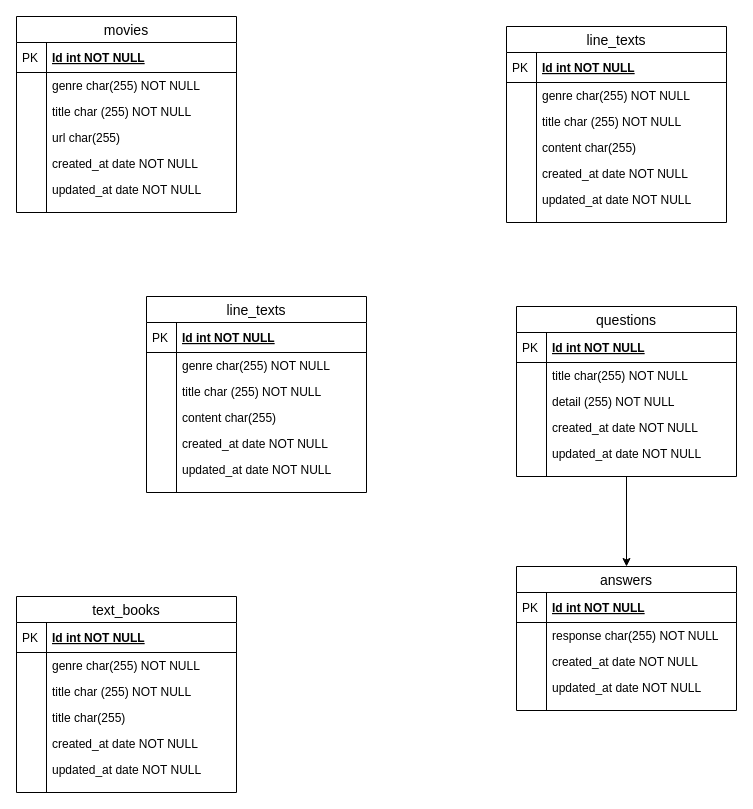
The draw.io diagram gyakuten_clone_app.drawio in T-Tsujii/gyakuten_clone_group29, before the edit. Source tidied: cells renumbered, new cells numbered last; positions are measured from the earlier drawing's top-left corner, leaving out a move shared by most shapes. Both pictures are drawn from the tidied source at 100%, with x=0, y=0 at pixel (16, 16).
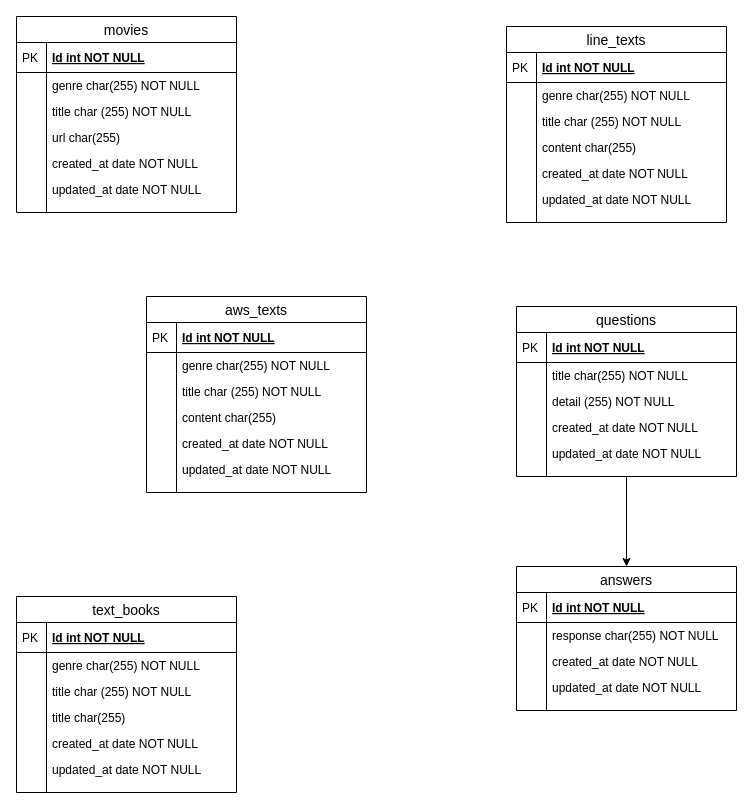
Above is the later version.

Commit message:
テーブル名修正

Diff of the diagram source:
```diff
@@
-    <mxCell id="47" value="line_texts" style="swimlane;fontStyle=0;horizontal=1;startSize=26;align=center;fontSize=14;" parent="1" vertex="1">
+    <mxCell id="47" value="aws_texts" style="swimlane;fontStyle=0;horizontal=1;startSize=26;align=center;fontSize=14;" parent="1" vertex="1">
       <mxGeometry x="130" y="280" width="220" height="196" as="geometry" />
     </mxCell>
```
